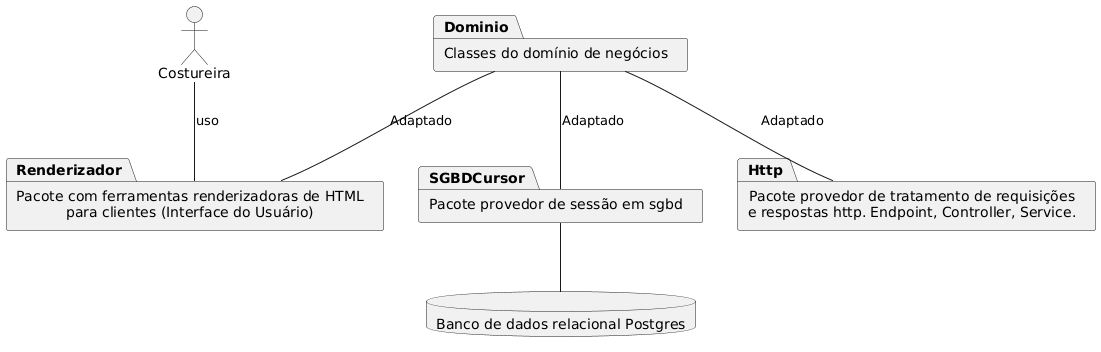
Earlier version of the PlantUML export diagramas/Deployment/deployment-uml.png (LPLA-br/Atelie).
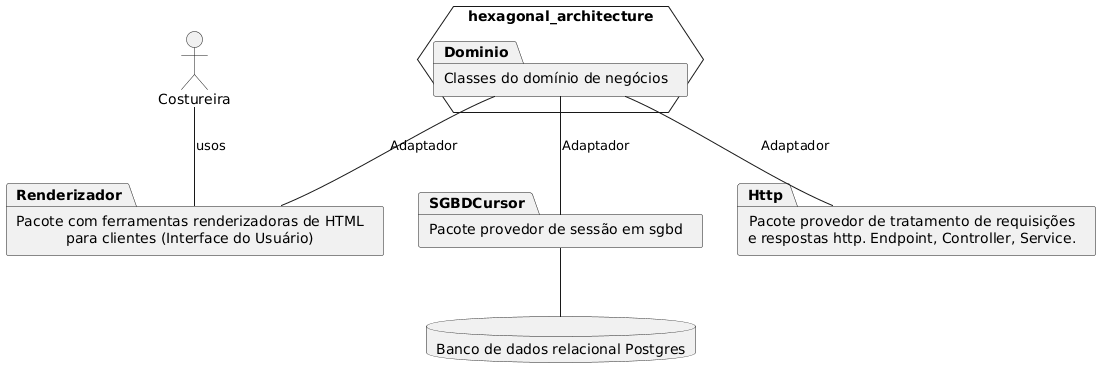
Later version of the same file.

Commit message:
Adiciona especificacao do protocolo udp da aplicacao.   Adiciona diagramas usados no tcc.

The edit, as a diff of the source:
```diff
@@ -20,14 +20,16 @@
     para clientes (Interface do Usuário)
   ]
 
-  Package Dominio [
-    Classes do domínio de negócios
-  ]
+  hexagon hexagonal_architecture {
+    Package Dominio [
+      Classes do domínio de negócios
+    ]
+  }
 
   SGBDCursor -- Postgres
-  Dominio -- SGBDCursor : Adaptado
-  Dominio -- Http : Adaptado
-  Dominio -- Renderizador : Adaptado
-  Costureira -- Renderizador : uso
+  Dominio -- SGBDCursor : Adaptador
+  Dominio -- Http : Adaptador
+  Dominio -- Renderizador : Adaptador
+  Costureira -- Renderizador : usos
 
 @enduml
```
